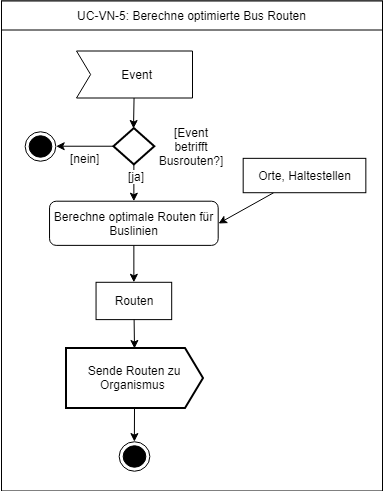
Above: Documentation/Activity Diagrams/Activity-Diagram_UC-VN-5.png in mif-sge/verkehr (draw.io), before the change. Source tidied: cells renumbered, new cells last; positions are measured from the earlier drawing's top-left corner, leaving out a move shared by most shapes. Its diagram source:
```xml
<mxGraphModel>
  <root>
    <mxCell id="0" />
    <mxCell id="1" parent="0" />
    <mxCell id="2" style="group;" parent="1" vertex="1">
      <mxGeometry y="-0.5" width="382" height="490" as="geometry" />
    </mxCell>
    <mxCell id="3" style="rounded=0;whiteSpace=wrap;html=1;" parent="2" vertex="1">
      <mxGeometry x="1" width="381" height="490" as="geometry" />
    </mxCell>
    <mxCell id="4" value="&lt;span lang=&quot;en&quot;&gt;UC-VN-5: Berechne optimierte Bus Routen&lt;/span&gt;&lt;br&gt;" style="rounded=0;whiteSpace=wrap;html=1;" parent="2" vertex="1">
      <mxGeometry x="1" width="381" height="29" as="geometry" />
    </mxCell>
    <mxCell id="5" style="ellipse;html=1;shape=endState;fillColor=#000000;strokeColor=#000000;rounded=1;" parent="2" vertex="1">
      <mxGeometry x="118.5" y="440.6" width="30.7" height="29.5" as="geometry" />
    </mxCell>
    <mxCell id="6" value="Berechne optimale Routen für Buslinien" style="rounded=1;whiteSpace=wrap;html=1;" parent="2" vertex="1">
      <mxGeometry x="49" y="200.2" width="168.7" height="44.2" as="geometry" />
    </mxCell>
    <mxCell id="7" style="edgeStyle=none;rounded=0;jettySize=auto;html=1;strokeColor=#000000;strokeWidth=1;entryX=1;entryY=0.5;entryDx=0;entryDy=0;" parent="2" edge="1" source="8" target="6">
      <mxGeometry relative="1" as="geometry" />
    </mxCell>
    <mxCell id="8" value="&lt;span&gt;Orte, Haltestellen&lt;br&gt;&lt;/span&gt;" style="rounded=0;whiteSpace=wrap;html=1;strokeColor=#000000;fillColor=#FFFFFF;" parent="2" vertex="1">
      <mxGeometry x="242.7" y="157.3" width="122.7" height="34.4" as="geometry" />
    </mxCell>
    <mxCell id="9" style="edgeStyle=none;rounded=0;jettySize=auto;html=1;strokeColor=#000000;strokeWidth=1;" parent="2" edge="1" source="6" target="17">
      <mxGeometry relative="1" as="geometry" />
    </mxCell>
    <mxCell id="10" style="edgeStyle=none;rounded=0;jettySize=auto;html=1;strokeColor=#000000;strokeWidth=1;" parent="2" edge="1" source="12" target="6">
      <mxGeometry relative="1" as="geometry" />
    </mxCell>
    <mxCell id="11" value="[ja]" style="text;html=1;align=center;verticalAlign=middle;labelBackgroundColor=#ffffff;" parent="10" vertex="1">
      <mxGeometry x="-0.37" y="2" relative="1" as="geometry" />
    </mxCell>
    <mxCell id="12" style="strokeWidth=2;html=1;shape=mxgraph.flowchart.decision;whiteSpace=wrap;fillColor=none;direction=south;" parent="2" vertex="1">
      <mxGeometry x="112.9" y="127.1" width="40.9" height="36.3" as="geometry" />
    </mxCell>
    <mxCell id="13" style="edgeStyle=none;rounded=0;jettySize=auto;html=1;strokeColor=#000000;strokeWidth=1;entryX=0;entryY=0.5;entryDx=0;entryDy=0;entryPerimeter=0;" parent="2" edge="1" source="21" target="12">
      <mxGeometry relative="1" as="geometry" />
    </mxCell>
    <mxCell id="14" style="edgeStyle=none;rounded=0;jettySize=auto;html=1;strokeColor=#000000;strokeWidth=1;" parent="2" edge="1" source="12" target="18">
      <mxGeometry relative="1" as="geometry" />
    </mxCell>
    <mxCell id="15" value="[nein]" style="text;html=1;align=center;verticalAlign=middle;labelBackgroundColor=#ffffff;" parent="14" vertex="1">
      <mxGeometry x="-0.35" y="3" relative="1" as="geometry">
        <mxPoint x="-10" y="9" as="offset" />
      </mxGeometry>
    </mxCell>
    <mxCell id="16" value="&lt;span&gt;[Event betrifft Busrouten?&lt;/span&gt;&lt;span&gt;]&lt;/span&gt;" style="rounded=0;whiteSpace=wrap;html=1;strokeColor=none;" parent="2" vertex="1">
      <mxGeometry x="158.9" y="135.2" width="63.4" height="19.6" as="geometry" />
    </mxCell>
    <mxCell id="17" value="&lt;span&gt;Routen&lt;br&gt;&lt;/span&gt;" style="rounded=0;whiteSpace=wrap;html=1;strokeColor=#000000;fillColor=#FFFFFF;" parent="2" vertex="1">
      <mxGeometry x="95.6" y="281.3" width="75.6" height="37.3" as="geometry" />
    </mxCell>
    <mxCell id="18" style="ellipse;html=1;shape=endState;fillColor=#000000;strokeColor=#000000;rounded=1;" parent="2" vertex="1">
      <mxGeometry x="25" y="130.5" width="30.7" height="29.5" as="geometry" />
    </mxCell>
    <mxCell id="19" style="edgeStyle=none;rounded=0;jettySize=auto;html=1;exitX=0.5;exitY=1;exitDx=0;exitDy=0;exitPerimeter=0;" parent="2" edge="1" source="22" target="5">
      <mxGeometry relative="1" as="geometry" />
    </mxCell>
    <mxCell id="20" style="edgeStyle=none;rounded=0;jettySize=auto;html=1;entryX=0.5;entryY=0;entryDx=0;entryDy=0;entryPerimeter=0;" parent="2" edge="1" source="17" target="22">
      <mxGeometry relative="1" as="geometry" />
    </mxCell>
    <mxCell id="21" value="&amp;nbsp;Event&lt;br&gt;" style="html=1;shape=mxgraph.sysml.accEvent;strokeWidth=1;whiteSpace=wrap;align=center;" parent="2" vertex="1">
      <mxGeometry x="76" y="50" width="116" height="47" as="geometry" />
    </mxCell>
    <mxCell id="22" value="Sende Routen zu Organismus&amp;nbsp;" style="html=1;shape=mxgraph.sysml.sendSigAct;strokeWidth=2;whiteSpace=wrap;align=center;" parent="2" vertex="1">
      <mxGeometry x="65.5" y="347" width="137" height="60" as="geometry" />
    </mxCell>
  </root>
</mxGraphModel>
```
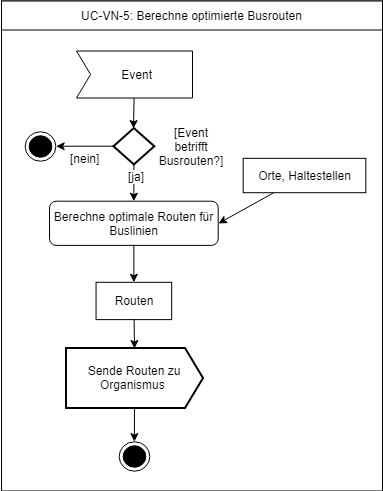
Above is the later version.

The edit, as a diff of the source:
```diff
@@ -8,7 +8,7 @@
     <mxCell id="3" style="rounded=0;whiteSpace=wrap;html=1;" parent="2" vertex="1">
       <mxGeometry x="1" width="381" height="490" as="geometry" />
     </mxCell>
-    <mxCell id="4" value="&lt;span lang=&quot;en&quot;&gt;UC-VN-5: Berechne optimierte Bus Routen&lt;/span&gt;&lt;br&gt;" style="rounded=0;whiteSpace=wrap;html=1;" parent="2" vertex="1">
+    <mxCell id="4" value="&lt;span lang=&quot;en&quot;&gt;UC-VN-5: Berechne optimierte Busrouten&lt;/span&gt;&lt;br&gt;" style="rounded=0;whiteSpace=wrap;html=1;" parent="2" vertex="1">
       <mxGeometry x="1" width="381" height="29" as="geometry" />
     </mxCell>
     <mxCell id="5" style="ellipse;html=1;shape=endState;fillColor=#000000;strokeColor=#000000;rounded=1;" parent="2" vertex="1">
```
